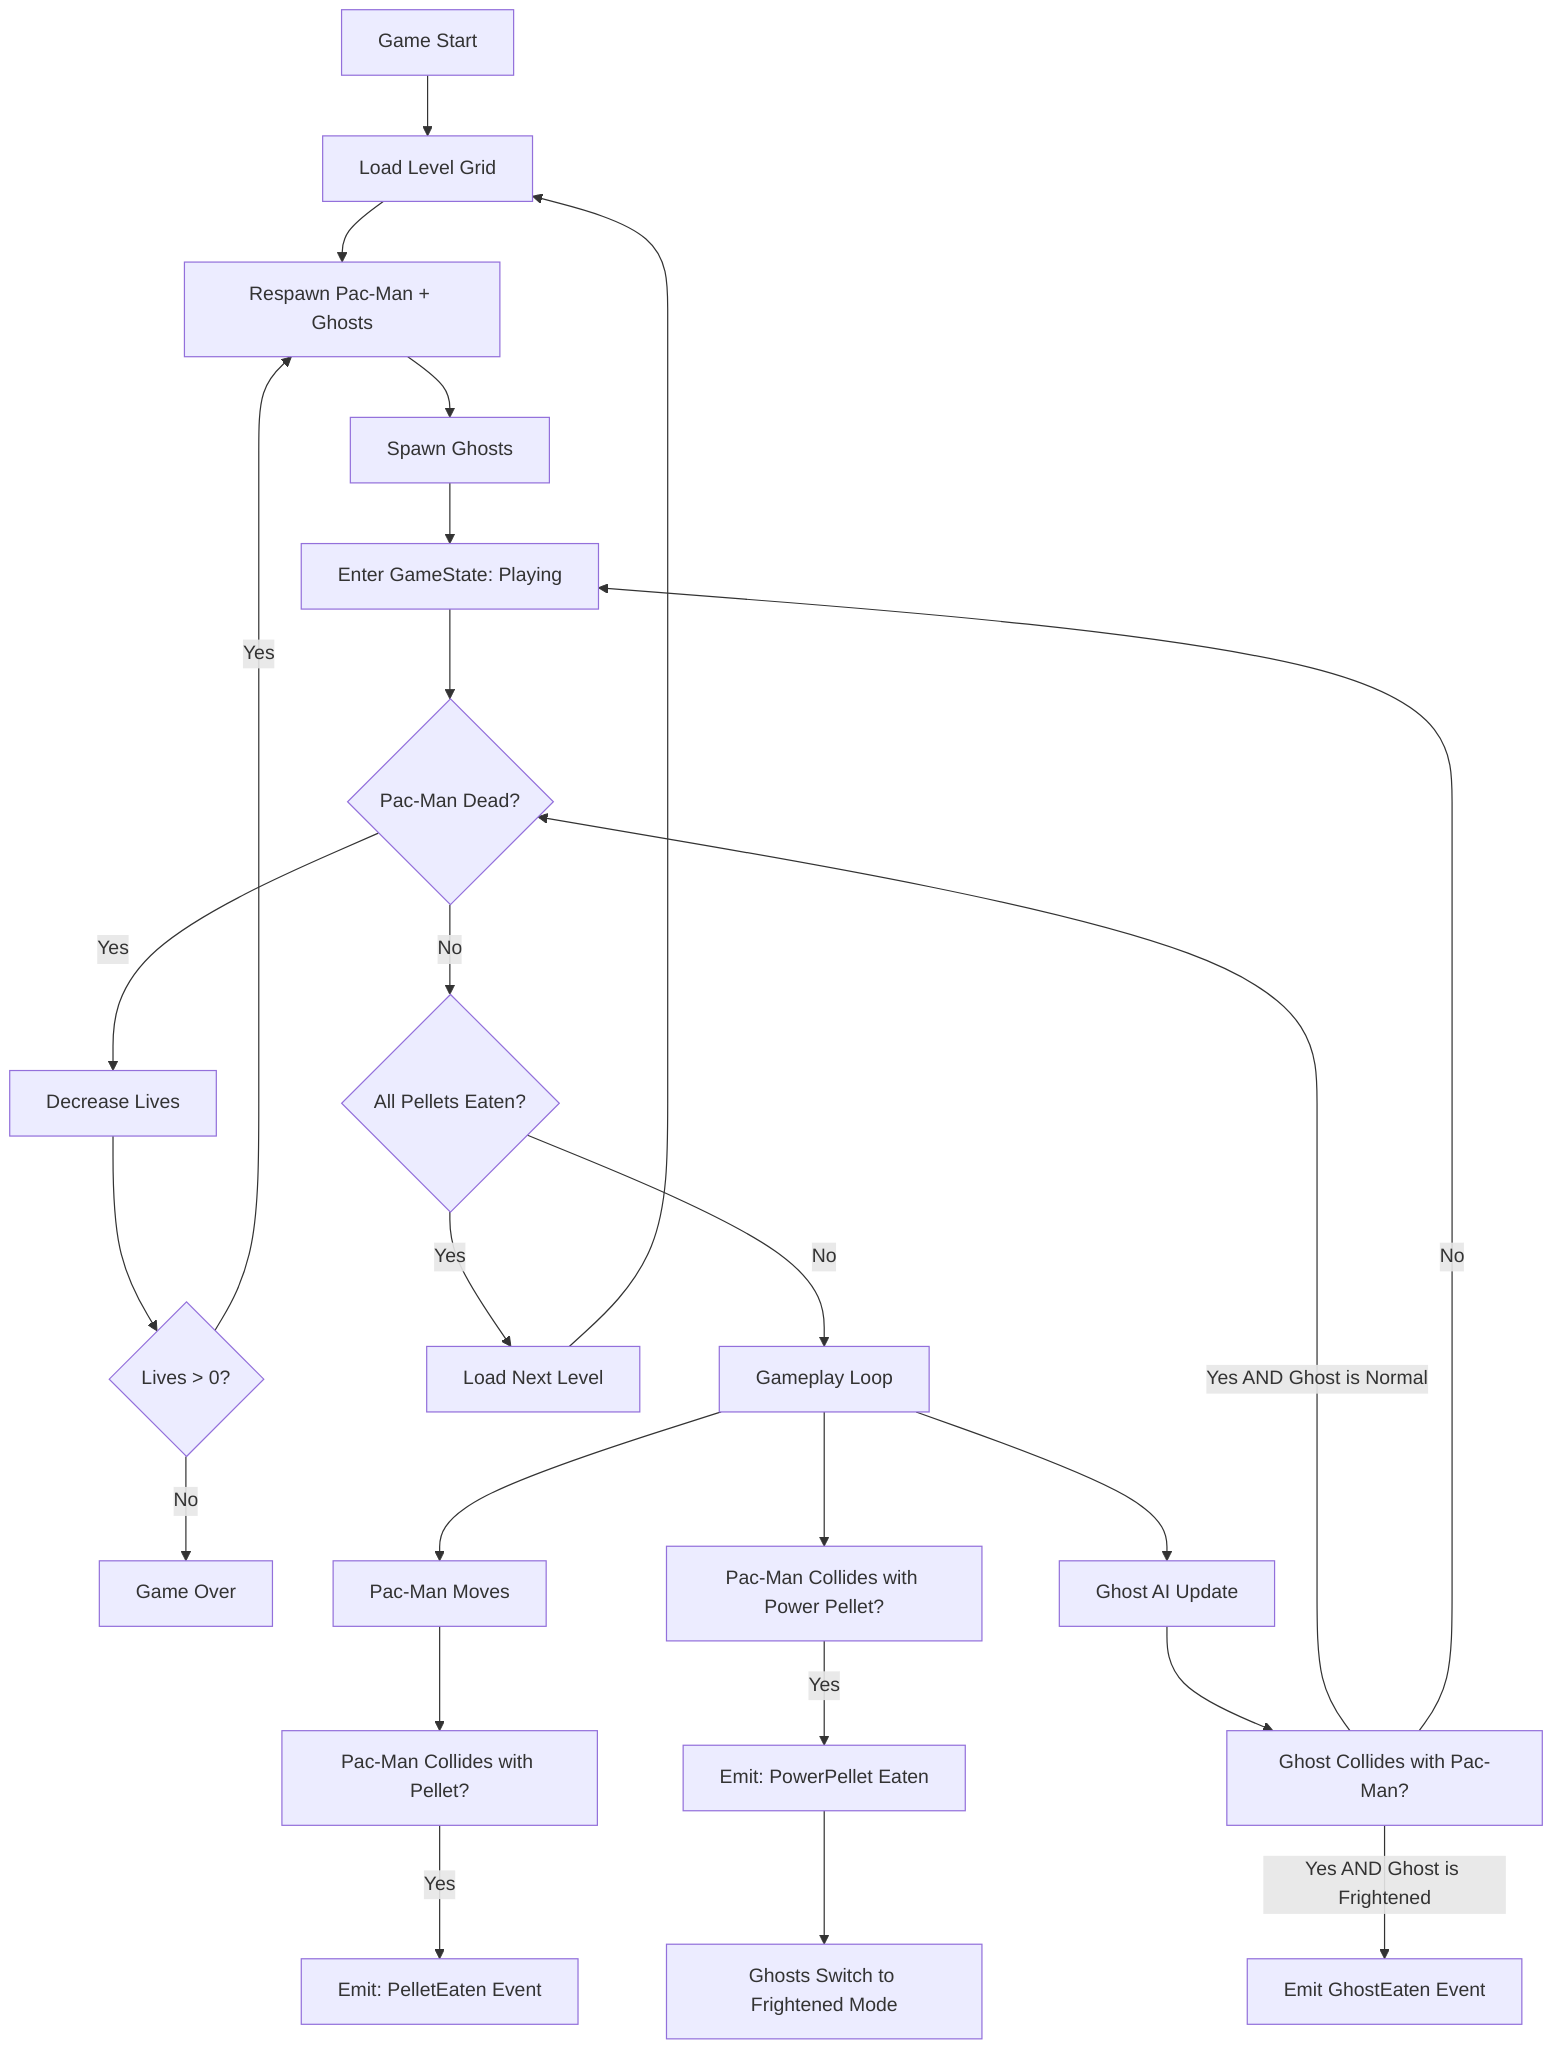
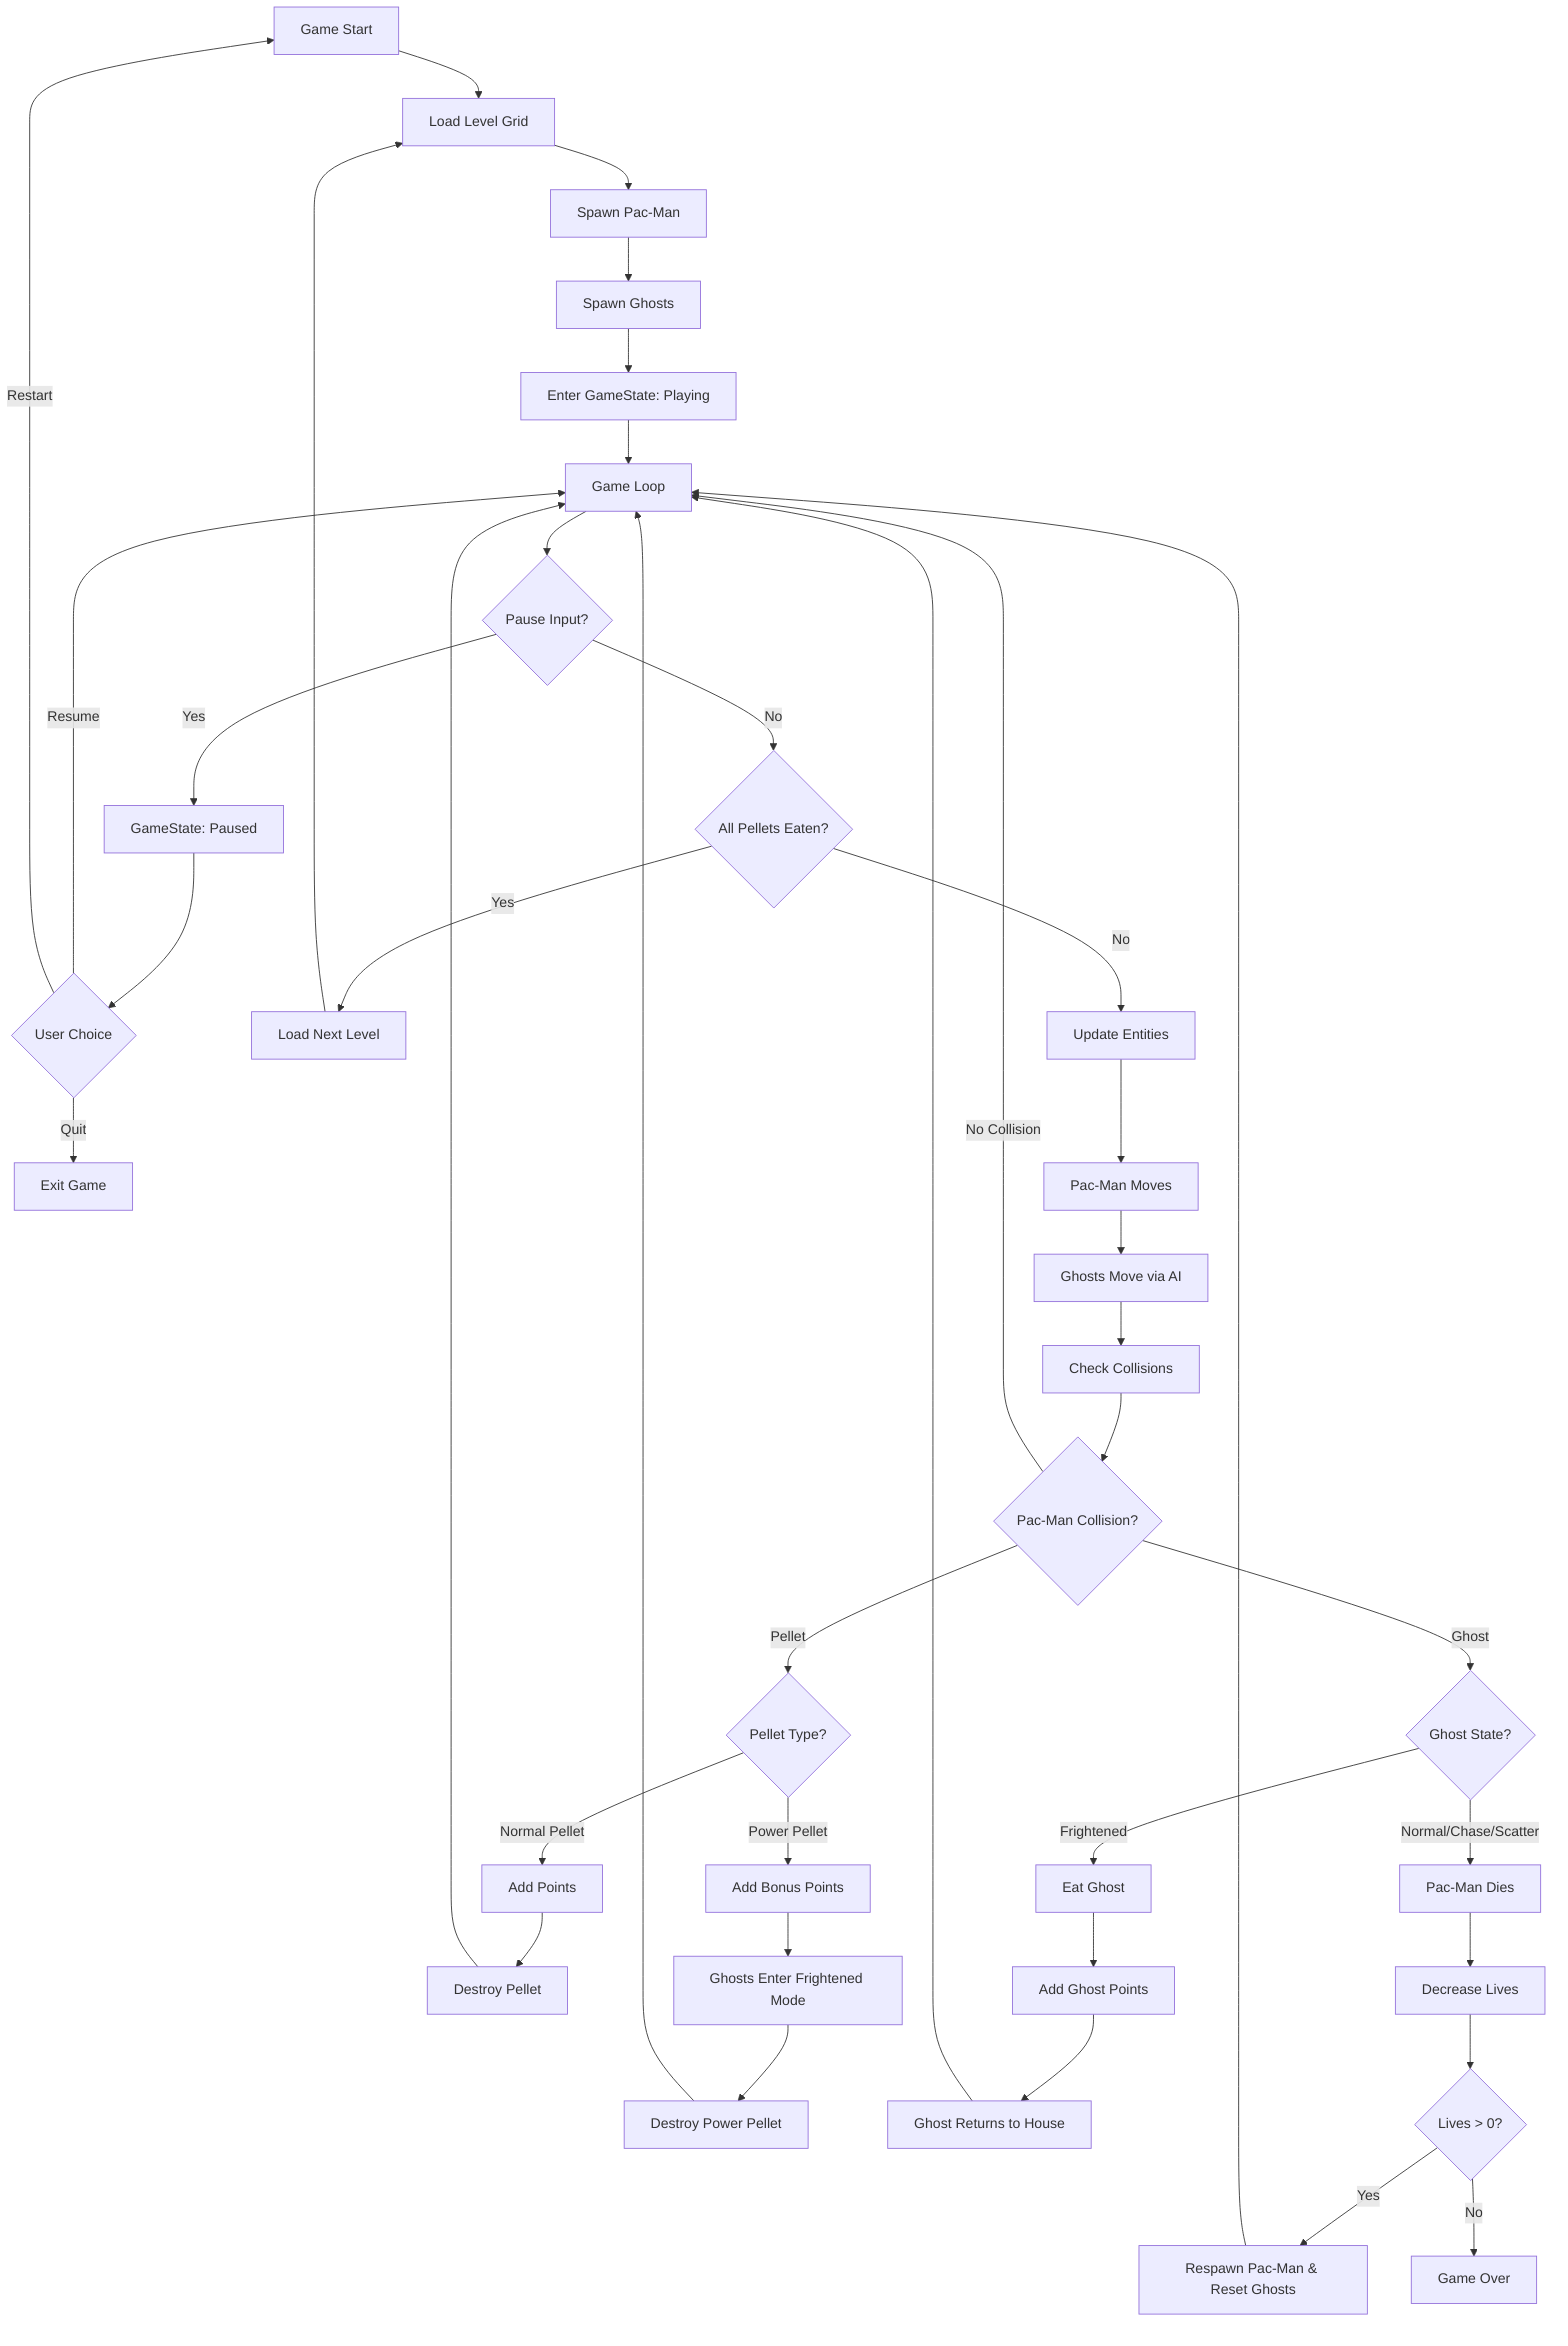
flowchart TD

A[Game Start] --> B[Load Level Grid]
B --> C[Spawn Pac-Man]
C --> D[Spawn Ghosts]
D --> E[Enter GameState: Playing]

- E --> F{Pac-Man Dead?}
- F -- Yes --> G[Decrease Lives]
- G --> H{Lives > 0?}
- H -- Yes --> C[Respawn Pac-Man + Ghosts]
- H -- No --> Z[Game Over]
+ E --> GAMELOOP[Game Loop]

- F -- No --> I{All Pellets Eaten?}
- I -- Yes --> J[Load Next Level]
- J --> B
+ GAMELOOP --> PAUSE{Pause Input?}
+ PAUSE -- Yes --> PAUSED[GameState: Paused]
+ PAUSED --> MENU{User Choice}
+ MENU -- Resume --> GAMELOOP
+ MENU -- Restart --> A
+ MENU -- Quit --> EXIT[Exit Game]

- I -- No --> K[Gameplay Loop]
+ PAUSE -- No --> VICTORY{All Pellets Eaten?}
+ VICTORY -- Yes --> NEXTLVL[Load Next Level]
+ NEXTLVL --> B

- K --> L[Pac-Man Moves]
- L --> M[Pac-Man Collides with Pellet?]
- M -- Yes --> N[Emit: PelletEaten Event]
+ VICTORY -- No --> UPDATE[Update Entities]
+ UPDATE --> PACMOVE[Pac-Man Moves]
+ PACMOVE --> GHOSTMOVE[Ghosts Move via AI]
+ GHOSTMOVE --> COLLISIONS[Check Collisions]

- K --> O[Pac-Man Collides with Power Pellet?]
- O -- Yes --> P[Emit: PowerPellet Eaten]
- P --> Q[Ghosts Switch to Frightened Mode]
+ COLLISIONS --> PACCOL{Pac-Man Collision?}

- K --> R[Ghost AI Update]
- R --> S[Ghost Collides with Pac-Man?]
+ PACCOL -- Pellet --> PELTYPE{Pellet Type?}
+ PELTYPE -- Normal Pellet --> ADDPTS[Add Points]
+ ADDPTS --> DESTROY1[Destroy Pellet]
+ DESTROY1 --> GAMELOOP

- S -- Yes AND Ghost is Frightened --> T[Emit GhostEaten Event]
- S -- Yes AND Ghost is Normal --> F
+ PELTYPE -- Power Pellet --> BIGPTS[Add Bonus Points]
+ BIGPTS --> FRIGHTEN[Ghosts Enter Frightened Mode]
+ FRIGHTEN --> DESTROY2[Destroy Power Pellet]
+ DESTROY2 --> GAMELOOP

- S -- No --> E
+ PACCOL -- Ghost --> GHOSTSTATE{Ghost State?}
+ GHOSTSTATE -- Frightened --> EATGHOST[Eat Ghost]
+ EATGHOST --> GHOSTPTS[Add Ghost Points]
+ GHOSTPTS --> RESPAWNGHOST[Ghost Returns to House]
+ RESPAWNGHOST --> GAMELOOP
+ 
+ GHOSTSTATE -- Normal/Chase/Scatter --> PACDIE[Pac-Man Dies]
+ PACDIE --> DECLIVES[Decrease Lives]
+ DECLIVES --> CHECKLIVES{Lives > 0?}
+ CHECKLIVES -- Yes --> RESPAWN[Respawn Pac-Man & Reset Ghosts]
+ RESPAWN --> GAMELOOP
+ CHECKLIVES -- No --> GAMEOVER[Game Over]
+ 
+ PACCOL -- No Collision --> GAMELOOP
